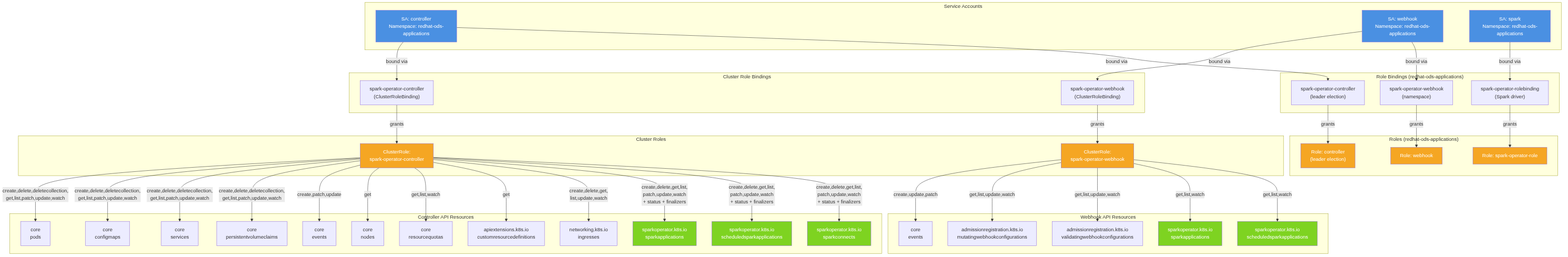
Before: architecture/rhoai-3.4-ea.1/diagrams/spark-operator-rbac.png, a diagram exported from Mermaid (rhuss/architecture-context). Its source is kept beside it as architecture/rhoai-3.4-ea.1/diagrams/spark-operator-rbac.mmd. Source of this version:
```mermaid

graph TD
    subgraph ServiceAccounts["Service Accounts"]
        SA_Controller["SA: controller<br/>Namespace: redhat-ods-applications"]
        SA_Webhook["SA: webhook<br/>Namespace: redhat-ods-applications"]
        SA_Spark["SA: spark<br/>Namespace: redhat-ods-applications"]
    end

    subgraph ClusterRoleBindings["Cluster Role Bindings"]
        CRB_Controller["spark-operator-controller<br/>(ClusterRoleBinding)"]
        CRB_Webhook["spark-operator-webhook<br/>(ClusterRoleBinding)"]
    end

    subgraph RoleBindings["Role Bindings (redhat-ods-applications)"]
        RB_Leader["spark-operator-controller<br/>(leader election)"]
        RB_WebhookNS["spark-operator-webhook<br/>(namespace)"]
        RB_Spark["spark-operator-rolebinding<br/>(Spark driver)"]
    end

    subgraph ClusterRoles["Cluster Roles"]
        CR_Controller["ClusterRole:<br/>spark-operator-controller"]
        CR_Webhook["ClusterRole:<br/>spark-operator-webhook"]
    end

    subgraph NamespaceRoles["Roles (redhat-ods-applications)"]
        R_Leader["Role: controller<br/>(leader election)"]
        R_WebhookNS["Role: webhook"]
        R_Spark["Role: spark-operator-role"]
    end

    subgraph ControllerResources["Controller API Resources"]
        Pods["core<br/>pods"]
        ConfigMaps["core<br/>configmaps"]
        Services["core<br/>services"]
        PVCs["core<br/>persistentvolumeclaims"]
        Events_C["core<br/>events"]
        Nodes["core<br/>nodes"]
        ResourceQuotas["core<br/>resourcequotas"]
        CRDs["apiextensions.k8s.io<br/>customresourcedefinitions"]
        Ingresses["networking.k8s.io<br/>ingresses"]
        SparkApps["sparkoperator.k8s.io<br/>sparkapplications"]
        ScheduledApps["sparkoperator.k8s.io<br/>scheduledsparkapplications"]
        SparkConnects["sparkoperator.k8s.io<br/>sparkconnects"]
    end

    subgraph WebhookResources["Webhook API Resources"]
        Events_W["core<br/>events"]
        MutatingWH["admissionregistration.k8s.io<br/>mutatingwebhookconfigurations"]
        ValidatingWH["admissionregistration.k8s.io<br/>validatingwebhookconfigurations"]
        SparkApps_W["sparkoperator.k8s.io<br/>sparkapplications"]
        ScheduledApps_W["sparkoperator.k8s.io<br/>scheduledsparkapplications"]
    end

    SA_Controller -->|bound via| CRB_Controller
    SA_Controller -->|bound via| RB_Leader
    CRB_Controller -->|grants| CR_Controller
    RB_Leader -->|grants| R_Leader

    SA_Webhook -->|bound via| CRB_Webhook
    SA_Webhook -->|bound via| RB_WebhookNS
    CRB_Webhook -->|grants| CR_Webhook
    RB_WebhookNS -->|grants| R_WebhookNS

    SA_Spark -->|bound via| RB_Spark
    RB_Spark -->|grants| R_Spark

    CR_Controller -->|"create,delete,deletecollection,<br/>get,list,patch,update,watch"| Pods
    CR_Controller -->|"create,delete,deletecollection,<br/>get,list,patch,update,watch"| ConfigMaps
    CR_Controller -->|"create,delete,deletecollection,<br/>get,list,patch,update,watch"| Services
    CR_Controller -->|"create,delete,deletecollection,<br/>get,list,patch,update,watch"| PVCs
    CR_Controller -->|"create,patch,update"| Events_C
    CR_Controller -->|"get"| Nodes
    CR_Controller -->|"get,list,watch"| ResourceQuotas
    CR_Controller -->|"get"| CRDs
    CR_Controller -->|"create,delete,get,<br/>list,update,watch"| Ingresses
    CR_Controller -->|"create,delete,get,list,<br/>patch,update,watch<br/>+ status + finalizers"| SparkApps
    CR_Controller -->|"create,delete,get,list,<br/>patch,update,watch<br/>+ status + finalizers"| ScheduledApps
    CR_Controller -->|"create,delete,get,list,<br/>patch,update,watch<br/>+ status + finalizers"| SparkConnects

    CR_Webhook -->|"create,update,patch"| Events_W
    CR_Webhook -->|"get,list,update,watch"| MutatingWH
    CR_Webhook -->|"get,list,update,watch"| ValidatingWH
    CR_Webhook -->|"get,list,watch"| SparkApps_W
    CR_Webhook -->|"get,list,watch"| ScheduledApps_W

    style SA_Controller fill:#4a90e2,color:#fff
    style SA_Webhook fill:#4a90e2,color:#fff
    style SA_Spark fill:#4a90e2,color:#fff
    style CR_Controller fill:#f5a623,color:#fff
    style CR_Webhook fill:#f5a623,color:#fff
    style R_Leader fill:#f5a623,color:#fff
    style R_WebhookNS fill:#f5a623,color:#fff
    style R_Spark fill:#f5a623,color:#fff
    style SparkApps fill:#7ed321,color:#fff
    style ScheduledApps fill:#7ed321,color:#fff
    style SparkConnects fill:#7ed321,color:#fff
    style SparkApps_W fill:#7ed321,color:#fff
    style ScheduledApps_W fill:#7ed321,color:#fff
```
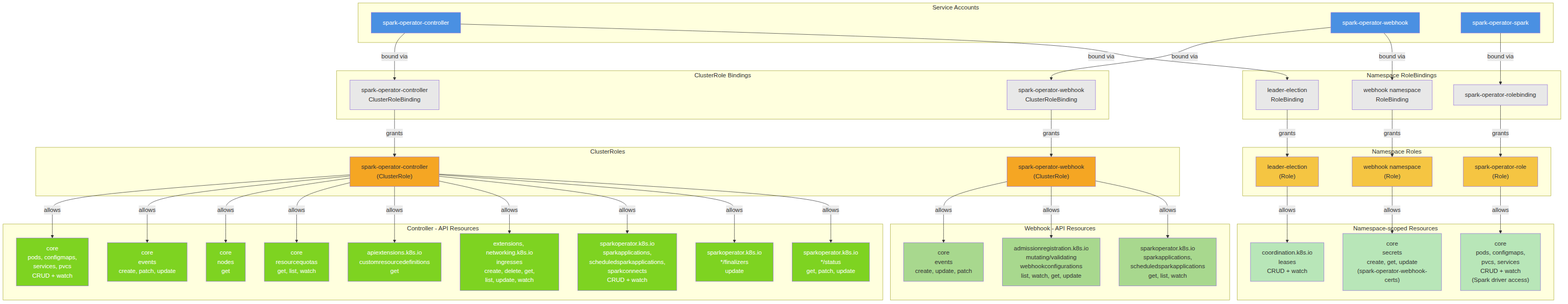
After the change.

The edit, as a diff of the source:
```diff
@@ -1,98 +1,114 @@
 
 graph TD
     subgraph ServiceAccounts["Service Accounts"]
-        SA_Controller["SA: controller<br/>Namespace: redhat-ods-applications"]
-        SA_Webhook["SA: webhook<br/>Namespace: redhat-ods-applications"]
-        SA_Spark["SA: spark<br/>Namespace: redhat-ods-applications"]
+        SA_Controller["spark-operator-controller"]
+        SA_Webhook["spark-operator-webhook"]
+        SA_Spark["spark-operator-spark"]
     end
 
-    subgraph ClusterRoleBindings["Cluster Role Bindings"]
-        CRB_Controller["spark-operator-controller<br/>(ClusterRoleBinding)"]
-        CRB_Webhook["spark-operator-webhook<br/>(ClusterRoleBinding)"]
+    subgraph ClusterRoleBindings["ClusterRole Bindings"]
+        CRB_Controller["spark-operator-controller<br/>ClusterRoleBinding"]
+        CRB_Webhook["spark-operator-webhook<br/>ClusterRoleBinding"]
     end
 
-    subgraph RoleBindings["Role Bindings (redhat-ods-applications)"]
-        RB_Leader["spark-operator-controller<br/>(leader election)"]
-        RB_WebhookNS["spark-operator-webhook<br/>(namespace)"]
-        RB_Spark["spark-operator-rolebinding<br/>(Spark driver)"]
+    subgraph ClusterRoles["ClusterRoles"]
+        CR_Controller["spark-operator-controller<br/>(ClusterRole)"]
+        CR_Webhook["spark-operator-webhook<br/>(ClusterRole)"]
     end
 
-    subgraph ClusterRoles["Cluster Roles"]
-        CR_Controller["ClusterRole:<br/>spark-operator-controller"]
-        CR_Webhook["ClusterRole:<br/>spark-operator-webhook"]
+    subgraph RoleBindings["Namespace RoleBindings"]
+        RB_Leader["leader-election<br/>RoleBinding"]
+        RB_WebhookNS["webhook namespace<br/>RoleBinding"]
+        RB_Spark["spark-operator-rolebinding"]
     end
 
-    subgraph NamespaceRoles["Roles (redhat-ods-applications)"]
-        R_Leader["Role: controller<br/>(leader election)"]
-        R_WebhookNS["Role: webhook"]
-        R_Spark["Role: spark-operator-role"]
+    subgraph NamespaceRoles["Namespace Roles"]
+        R_Leader["leader-election<br/>(Role)"]
+        R_WebhookNS["webhook namespace<br/>(Role)"]
+        R_SparkRole["spark-operator-role<br/>(Role)"]
     end
 
-    subgraph ControllerResources["Controller API Resources"]
-        Pods["core<br/>pods"]
-        ConfigMaps["core<br/>configmaps"]
-        Services["core<br/>services"]
-        PVCs["core<br/>persistentvolumeclaims"]
-        Events_C["core<br/>events"]
-        Nodes["core<br/>nodes"]
-        ResourceQuotas["core<br/>resourcequotas"]
-        CRDs["apiextensions.k8s.io<br/>customresourcedefinitions"]
-        Ingresses["networking.k8s.io<br/>ingresses"]
-        SparkApps["sparkoperator.k8s.io<br/>sparkapplications"]
-        ScheduledApps["sparkoperator.k8s.io<br/>scheduledsparkapplications"]
-        SparkConnects["sparkoperator.k8s.io<br/>sparkconnects"]
+    subgraph ControllerResources["Controller - API Resources"]
+        Core_Pods["core<br/>pods, configmaps,<br/>services, pvcs<br/>CRUD + watch"]
+        Core_Events["core<br/>events<br/>create, patch, update"]
+        Core_Nodes["core<br/>nodes<br/>get"]
+        Core_Quotas["core<br/>resourcequotas<br/>get, list, watch"]
+        ApiExt_CRD["apiextensions.k8s.io<br/>customresourcedefinitions<br/>get"]
+        Net_Ingress["extensions, networking.k8s.io<br/>ingresses<br/>create, delete, get,<br/>list, update, watch"]
+        Spark_CRDs["sparkoperator.k8s.io<br/>sparkapplications,<br/>scheduledsparkapplications,<br/>sparkconnects<br/>CRUD + watch"]
+        Spark_Finalizers["sparkoperator.k8s.io<br/>*/finalizers<br/>update"]
+        Spark_Status["sparkoperator.k8s.io<br/>*/status<br/>get, patch, update"]
     end
 
-    subgraph WebhookResources["Webhook API Resources"]
-        Events_W["core<br/>events"]
-        MutatingWH["admissionregistration.k8s.io<br/>mutatingwebhookconfigurations"]
-        ValidatingWH["admissionregistration.k8s.io<br/>validatingwebhookconfigurations"]
-        SparkApps_W["sparkoperator.k8s.io<br/>sparkapplications"]
-        ScheduledApps_W["sparkoperator.k8s.io<br/>scheduledsparkapplications"]
+    subgraph WebhookResources["Webhook - API Resources"]
+        WH_Events["core<br/>events<br/>create, update, patch"]
+        WH_Admission["admissionregistration.k8s.io<br/>mutating/validating<br/>webhookconfigurations<br/>list, watch, get, update"]
+        WH_SparkCRDs["sparkoperator.k8s.io<br/>sparkapplications,<br/>scheduledsparkapplications<br/>get, list, watch"]
     end
 
-    SA_Controller -->|bound via| CRB_Controller
-    SA_Controller -->|bound via| RB_Leader
-    CRB_Controller -->|grants| CR_Controller
-    RB_Leader -->|grants| R_Leader
+    subgraph NSResources["Namespace-scoped Resources"]
+        NS_Leases["coordination.k8s.io<br/>leases<br/>CRUD + watch"]
+        NS_Secrets["core<br/>secrets<br/>create, get, update<br/>(spark-operator-webhook-certs)"]
+        NS_SparkPods["core<br/>pods, configmaps,<br/>pvcs, services<br/>CRUD + watch<br/>(Spark driver access)"]
+    end
 
-    SA_Webhook -->|bound via| CRB_Webhook
-    SA_Webhook -->|bound via| RB_WebhookNS
-    CRB_Webhook -->|grants| CR_Webhook
-    RB_WebhookNS -->|grants| R_WebhookNS
+    SA_Controller -->|"bound via"| CRB_Controller
+    CRB_Controller -->|"grants"| CR_Controller
 
-    SA_Spark -->|bound via| RB_Spark
-    RB_Spark -->|grants| R_Spark
+    SA_Webhook -->|"bound via"| CRB_Webhook
+    CRB_Webhook -->|"grants"| CR_Webhook
 
-    CR_Controller -->|"create,delete,deletecollection,<br/>get,list,patch,update,watch"| Pods
-    CR_Controller -->|"create,delete,deletecollection,<br/>get,list,patch,update,watch"| ConfigMaps
-    CR_Controller -->|"create,delete,deletecollection,<br/>get,list,patch,update,watch"| Services
-    CR_Controller -->|"create,delete,deletecollection,<br/>get,list,patch,update,watch"| PVCs
-    CR_Controller -->|"create,patch,update"| Events_C
-    CR_Controller -->|"get"| Nodes
-    CR_Controller -->|"get,list,watch"| ResourceQuotas
-    CR_Controller -->|"get"| CRDs
-    CR_Controller -->|"create,delete,get,<br/>list,update,watch"| Ingresses
-    CR_Controller -->|"create,delete,get,list,<br/>patch,update,watch<br/>+ status + finalizers"| SparkApps
-    CR_Controller -->|"create,delete,get,list,<br/>patch,update,watch<br/>+ status + finalizers"| ScheduledApps
-    CR_Controller -->|"create,delete,get,list,<br/>patch,update,watch<br/>+ status + finalizers"| SparkConnects
+    CR_Controller -->|"allows"| Core_Pods
+    CR_Controller -->|"allows"| Core_Events
+    CR_Controller -->|"allows"| Core_Nodes
+    CR_Controller -->|"allows"| Core_Quotas
+    CR_Controller -->|"allows"| ApiExt_CRD
+    CR_Controller -->|"allows"| Net_Ingress
+    CR_Controller -->|"allows"| Spark_CRDs
+    CR_Controller -->|"allows"| Spark_Finalizers
+    CR_Controller -->|"allows"| Spark_Status
 
-    CR_Webhook -->|"create,update,patch"| Events_W
-    CR_Webhook -->|"get,list,update,watch"| MutatingWH
-    CR_Webhook -->|"get,list,update,watch"| ValidatingWH
-    CR_Webhook -->|"get,list,watch"| SparkApps_W
-    CR_Webhook -->|"get,list,watch"| ScheduledApps_W
+    CR_Webhook -->|"allows"| WH_Events
+    CR_Webhook -->|"allows"| WH_Admission
+    CR_Webhook -->|"allows"| WH_SparkCRDs
+
+    SA_Controller -->|"bound via"| RB_Leader
+    RB_Leader -->|"grants"| R_Leader
+    R_Leader -->|"allows"| NS_Leases
+
+    SA_Webhook -->|"bound via"| RB_WebhookNS
+    RB_WebhookNS -->|"grants"| R_WebhookNS
+    R_WebhookNS -->|"allows"| NS_Secrets
+
+    SA_Spark -->|"bound via"| RB_Spark
+    RB_Spark -->|"grants"| R_SparkRole
+    R_SparkRole -->|"allows"| NS_SparkPods
 
     style SA_Controller fill:#4a90e2,color:#fff
     style SA_Webhook fill:#4a90e2,color:#fff
     style SA_Spark fill:#4a90e2,color:#fff
-    style CR_Controller fill:#f5a623,color:#fff
-    style CR_Webhook fill:#f5a623,color:#fff
-    style R_Leader fill:#f5a623,color:#fff
-    style R_WebhookNS fill:#f5a623,color:#fff
-    style R_Spark fill:#f5a623,color:#fff
-    style SparkApps fill:#7ed321,color:#fff
-    style ScheduledApps fill:#7ed321,color:#fff
-    style SparkConnects fill:#7ed321,color:#fff
-    style SparkApps_W fill:#7ed321,color:#fff
-    style ScheduledApps_W fill:#7ed321,color:#fff
+    style CR_Controller fill:#f5a623
+    style CR_Webhook fill:#f5a623
+    style R_Leader fill:#f5c542
+    style R_WebhookNS fill:#f5c542
+    style R_SparkRole fill:#f5c542
+    style CRB_Controller fill:#e8e8e8
+    style CRB_Webhook fill:#e8e8e8
+    style RB_Leader fill:#e8e8e8
+    style RB_WebhookNS fill:#e8e8e8
+    style RB_Spark fill:#e8e8e8
+    style Core_Pods fill:#7ed321,color:#fff
+    style Core_Events fill:#7ed321,color:#fff
+    style Core_Nodes fill:#7ed321,color:#fff
+    style Core_Quotas fill:#7ed321,color:#fff
+    style ApiExt_CRD fill:#7ed321,color:#fff
+    style Net_Ingress fill:#7ed321,color:#fff
+    style Spark_CRDs fill:#7ed321,color:#fff
+    style Spark_Finalizers fill:#7ed321,color:#fff
+    style Spark_Status fill:#7ed321,color:#fff
+    style WH_Events fill:#a8d88e,color:#333
+    style WH_Admission fill:#a8d88e,color:#333
+    style WH_SparkCRDs fill:#a8d88e,color:#333
+    style NS_Leases fill:#b8e6b8,color:#333
+    style NS_Secrets fill:#b8e6b8,color:#333
+    style NS_SparkPods fill:#b8e6b8,color:#333
```
